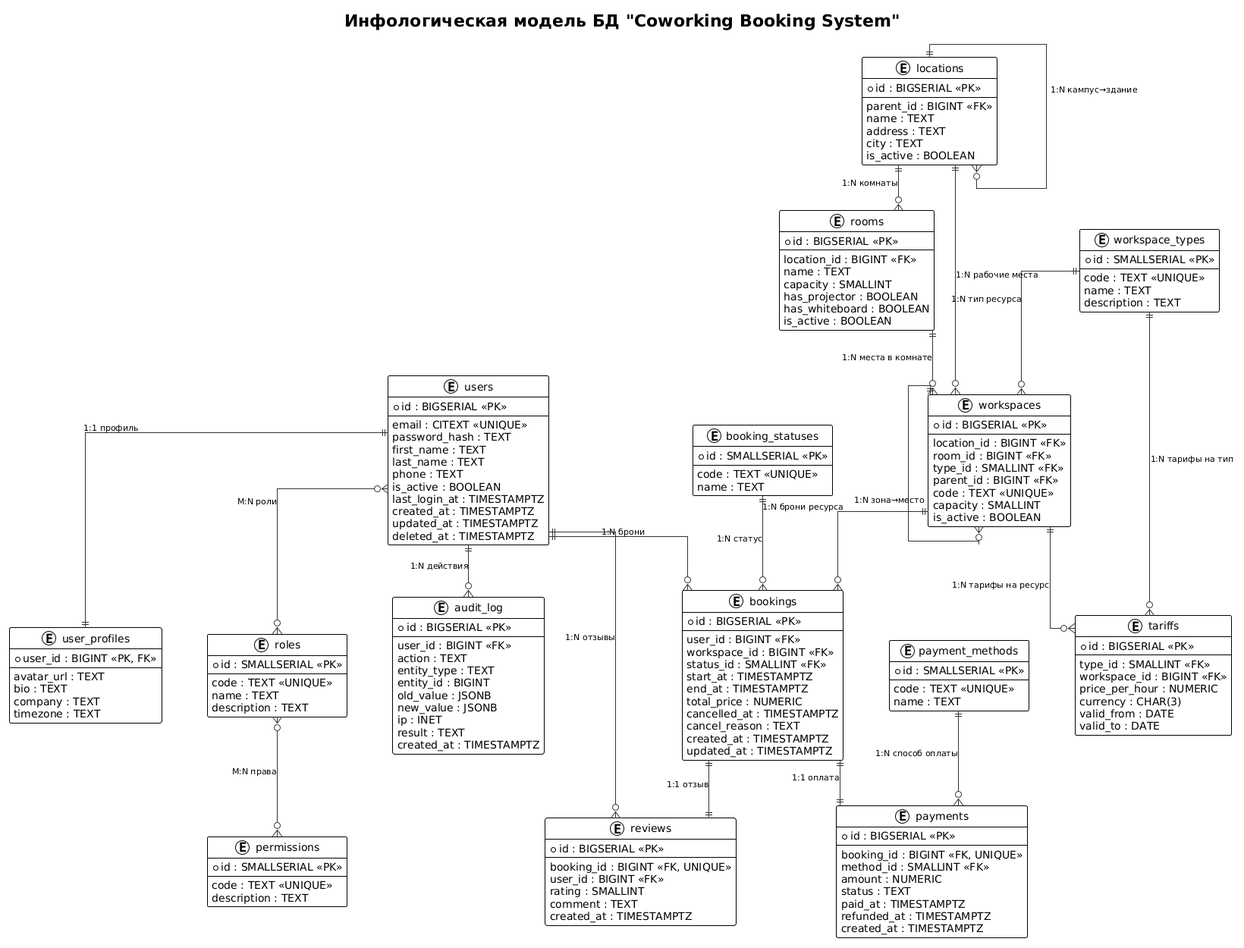
This is infological_model.png from loliwasd/BD, a PlantUML export, as it was before one commit. The source it was exported from:
```plantuml
@startuml
!theme plain
skinparam linetype ortho
skinparam nodesep 60
skinparam ranksep 60
skinparam entity {
    BackgroundColor #FEFECE
    BorderColor #A80036
    FontSize 12
}
skinparam arrow {
    Color #333333
    FontSize 11
}

title Инфологическая модель БД "Coworking Booking System"

entity "users" as users {
  * id : BIGSERIAL <<PK>>
  --
  email : CITEXT <<UNIQUE>>
  password_hash : TEXT
  first_name : TEXT
  last_name : TEXT
  phone : TEXT
  is_active : BOOLEAN
  last_login_at : TIMESTAMPTZ
  created_at : TIMESTAMPTZ
  updated_at : TIMESTAMPTZ
  deleted_at : TIMESTAMPTZ
}

entity "user_profiles" as user_profiles {
  * user_id : BIGINT <<PK, FK>>
  --
  avatar_url : TEXT
  bio : TEXT
  company : TEXT
  timezone : TEXT
}

entity "roles" as roles {
  * id : SMALLSERIAL <<PK>>
  --
  code : TEXT <<UNIQUE>>
  name : TEXT
  description : TEXT
}

entity "permissions" as permissions {
  * id : SMALLSERIAL <<PK>>
  --
  code : TEXT <<UNIQUE>>
  description : TEXT
}

entity "audit_log" as audit_log {
  * id : BIGSERIAL <<PK>>
  --
  user_id : BIGINT <<FK>>
  action : TEXT
  entity_type : TEXT
  entity_id : BIGINT
  old_value : JSONB
  new_value : JSONB
  ip : INET
  result : TEXT
  created_at : TIMESTAMPTZ
}

entity "locations" as locations {
  * id : BIGSERIAL <<PK>>
  --
  parent_id : BIGINT <<FK>>
  name : TEXT
  address : TEXT
  city : TEXT
  is_active : BOOLEAN
}

entity "rooms" as rooms {
  * id : BIGSERIAL <<PK>>
  --
  location_id : BIGINT <<FK>>
  name : TEXT
  capacity : SMALLINT
  has_projector : BOOLEAN
  has_whiteboard : BOOLEAN
  is_active : BOOLEAN
}

entity "workspace_types" as workspace_types {
  * id : SMALLSERIAL <<PK>>
  --
  code : TEXT <<UNIQUE>>
  name : TEXT
  description : TEXT
}

entity "workspaces" as workspaces {
  * id : BIGSERIAL <<PK>>
  --
  location_id : BIGINT <<FK>>
  room_id : BIGINT <<FK>>
  type_id : SMALLINT <<FK>>
  parent_id : BIGINT <<FK>>
  code : TEXT <<UNIQUE>>
  capacity : SMALLINT
  is_active : BOOLEAN
}

entity "tariffs" as tariffs {
  * id : BIGSERIAL <<PK>>
  --
  type_id : SMALLINT <<FK>>
  workspace_id : BIGINT <<FK>>
  price_per_hour : NUMERIC
  currency : CHAR(3)
  valid_from : DATE
  valid_to : DATE
}

entity "booking_statuses" as booking_statuses {
  * id : SMALLSERIAL <<PK>>
  --
  code : TEXT <<UNIQUE>>
  name : TEXT
}

entity "bookings" as bookings {
  * id : BIGSERIAL <<PK>>
  --
  user_id : BIGINT <<FK>>
  workspace_id : BIGINT <<FK>>
  status_id : SMALLINT <<FK>>
  start_at : TIMESTAMPTZ
  end_at : TIMESTAMPTZ
  total_price : NUMERIC
  cancelled_at : TIMESTAMPTZ
  cancel_reason : TEXT
  created_at : TIMESTAMPTZ
  updated_at : TIMESTAMPTZ
}

entity "payment_methods" as payment_methods {
  * id : SMALLSERIAL <<PK>>
  --
  code : TEXT <<UNIQUE>>
  name : TEXT
}

entity "payments" as payments {
  * id : BIGSERIAL <<PK>>
  --
  booking_id : BIGINT <<FK, UNIQUE>>
  method_id : SMALLINT <<FK>>
  amount : NUMERIC
  status : TEXT
  paid_at : TIMESTAMPTZ
  refunded_at : TIMESTAMPTZ
  created_at : TIMESTAMPTZ
}

entity "reviews" as reviews {
  * id : BIGSERIAL <<PK>>
  --
  booking_id : BIGINT <<FK, UNIQUE>>
  user_id : BIGINT <<FK>>
  rating : SMALLINT
  comment : TEXT
  created_at : TIMESTAMPTZ
}


users ||--|| user_profiles : "1:1 профиль"
bookings ||--|| payments : "1:1 оплата"
bookings ||--|| reviews : "1:1 отзыв"

users ||--o{ audit_log : "1:N действия"
users ||--o{ bookings : "1:N брони"
users ||--o{ reviews : "1:N отзывы"

users }o--o{ roles : "M:N роли"

roles }o--o{ permissions : "M:N права"

locations ||--o{ rooms : "1:N комнаты"
locations ||--o{ workspaces : "1:N рабочие места"
rooms ||--o{ workspaces : "1:N места в комнате"
workspace_types ||--o{ workspaces : "1:N тип ресурса"
workspace_types ||--o{ tariffs : "1:N тарифы на тип"
workspaces ||--o{ tariffs : "1:N тарифы на ресурс"

locations ||--o{ locations : "1:N кампус→здание"
workspaces ||--o{ workspaces : "1:N зона→место"

booking_statuses ||--o{ bookings : "1:N статус"
workspaces ||--o{ bookings : "1:N брони ресурса"

payment_methods ||--o{ payments : "1:N способ оплаты"
@enduml
```
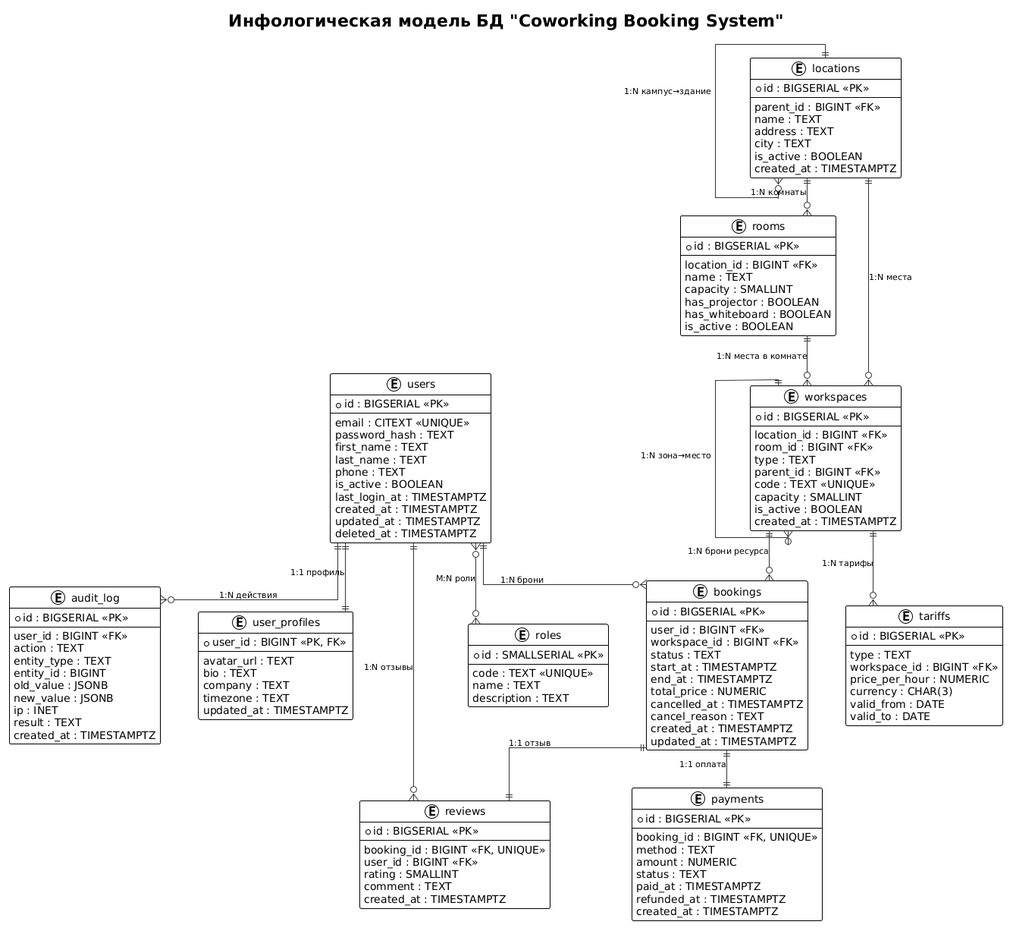
The same diagram one commit later.

Commit message:
Fix entity list and infological connections

The edit, as a diff of the source:
```diff
@@ -1,8 +1,8 @@
 @startuml
 !theme plain
 skinparam linetype ortho
-skinparam nodesep 60
-skinparam ranksep 60
+skinparam nodesep 50
+skinparam ranksep 50
 skinparam entity {
     BackgroundColor #FEFECE
     BorderColor #A80036
@@ -37,6 +37,7 @@
   bio : TEXT
   company : TEXT
   timezone : TEXT
+  updated_at : TIMESTAMPTZ
 }
 
 entity "roles" as roles {
@@ -44,13 +45,6 @@
   --
   code : TEXT <<UNIQUE>>
   name : TEXT
-  description : TEXT
-}
-
-entity "permissions" as permissions {
-  * id : SMALLSERIAL <<PK>>
-  --
-  code : TEXT <<UNIQUE>>
   description : TEXT
 }
 
@@ -76,6 +70,7 @@
   address : TEXT
   city : TEXT
   is_active : BOOLEAN
+  created_at : TIMESTAMPTZ
 }
 
 entity "rooms" as rooms {
@@ -89,30 +84,23 @@
   is_active : BOOLEAN
 }
 
-entity "workspace_types" as workspace_types {
-  * id : SMALLSERIAL <<PK>>
-  --
-  code : TEXT <<UNIQUE>>
-  name : TEXT
-  description : TEXT
-}
-
 entity "workspaces" as workspaces {
   * id : BIGSERIAL <<PK>>
   --
   location_id : BIGINT <<FK>>
   room_id : BIGINT <<FK>>
-  type_id : SMALLINT <<FK>>
+  type : TEXT
   parent_id : BIGINT <<FK>>
   code : TEXT <<UNIQUE>>
   capacity : SMALLINT
   is_active : BOOLEAN
+  created_at : TIMESTAMPTZ
 }
 
 entity "tariffs" as tariffs {
   * id : BIGSERIAL <<PK>>
   --
-  type_id : SMALLINT <<FK>>
+  type : TEXT
   workspace_id : BIGINT <<FK>>
   price_per_hour : NUMERIC
   currency : CHAR(3)
@@ -120,19 +108,12 @@
   valid_to : DATE
 }
 
-entity "booking_statuses" as booking_statuses {
-  * id : SMALLSERIAL <<PK>>
-  --
-  code : TEXT <<UNIQUE>>
-  name : TEXT
-}
-
 entity "bookings" as bookings {
   * id : BIGSERIAL <<PK>>
   --
   user_id : BIGINT <<FK>>
   workspace_id : BIGINT <<FK>>
-  status_id : SMALLINT <<FK>>
+  status : TEXT
   start_at : TIMESTAMPTZ
   end_at : TIMESTAMPTZ
   total_price : NUMERIC
@@ -142,18 +123,11 @@
   updated_at : TIMESTAMPTZ
 }
 
-entity "payment_methods" as payment_methods {
-  * id : SMALLSERIAL <<PK>>
-  --
-  code : TEXT <<UNIQUE>>
-  name : TEXT
-}
-
 entity "payments" as payments {
   * id : BIGSERIAL <<PK>>
   --
   booking_id : BIGINT <<FK, UNIQUE>>
-  method_id : SMALLINT <<FK>>
+  method : TEXT
   amount : NUMERIC
   status : TEXT
   paid_at : TIMESTAMPTZ
@@ -179,23 +153,14 @@
 users ||--o{ audit_log : "1:N действия"
 users ||--o{ bookings : "1:N брони"
 users ||--o{ reviews : "1:N отзывы"
+locations ||--o{ rooms : "1:N комнаты"
+locations ||--o{ workspaces : "1:N места"
+rooms ||--o{ workspaces : "1:N места в комнате"
+workspaces ||--o{ bookings : "1:N брони ресурса"
+workspaces ||--o{ tariffs : "1:N тарифы"
 
 users }o--o{ roles : "M:N роли"
 
-roles }o--o{ permissions : "M:N права"
-
-locations ||--o{ rooms : "1:N комнаты"
-locations ||--o{ workspaces : "1:N рабочие места"
-rooms ||--o{ workspaces : "1:N места в комнате"
-workspace_types ||--o{ workspaces : "1:N тип ресурса"
-workspace_types ||--o{ tariffs : "1:N тарифы на тип"
-workspaces ||--o{ tariffs : "1:N тарифы на ресурс"
-
 locations ||--o{ locations : "1:N кампус→здание"
 workspaces ||--o{ workspaces : "1:N зона→место"
-
-booking_statuses ||--o{ bookings : "1:N статус"
-workspaces ||--o{ bookings : "1:N брони ресурса"
-
-payment_methods ||--o{ payments : "1:N способ оплаты"
 @enduml
```
